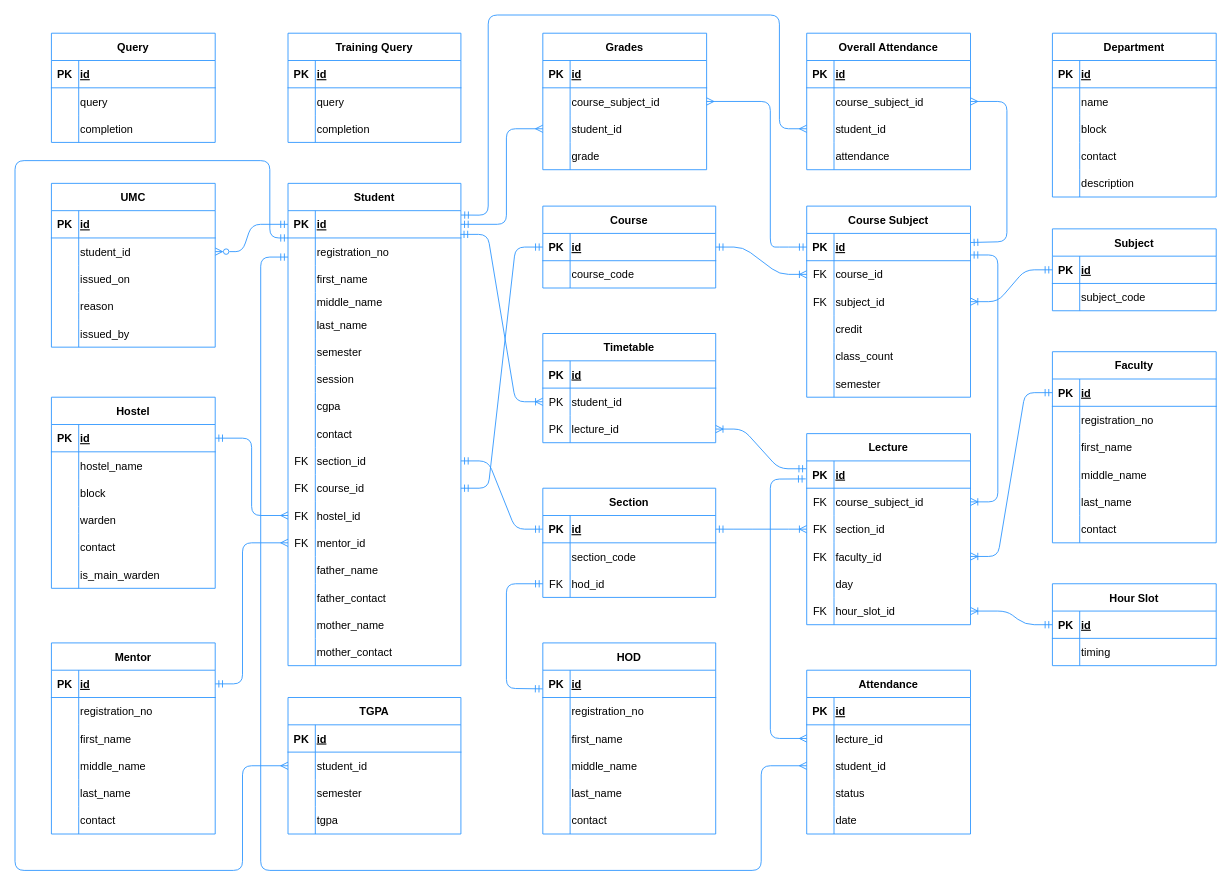
Above: whiteboard/database-design.drawio in suyash-purwar/ayra (draw.io), before the change. Source tidied: cells renumbered, new cells numbered last; positions are measured from the earlier drawing's top-left corner, leaving out a move shared by most shapes. Both pictures are drawn from the tidied source at 91%, with x=0, y=0 at pixel (15, 15).
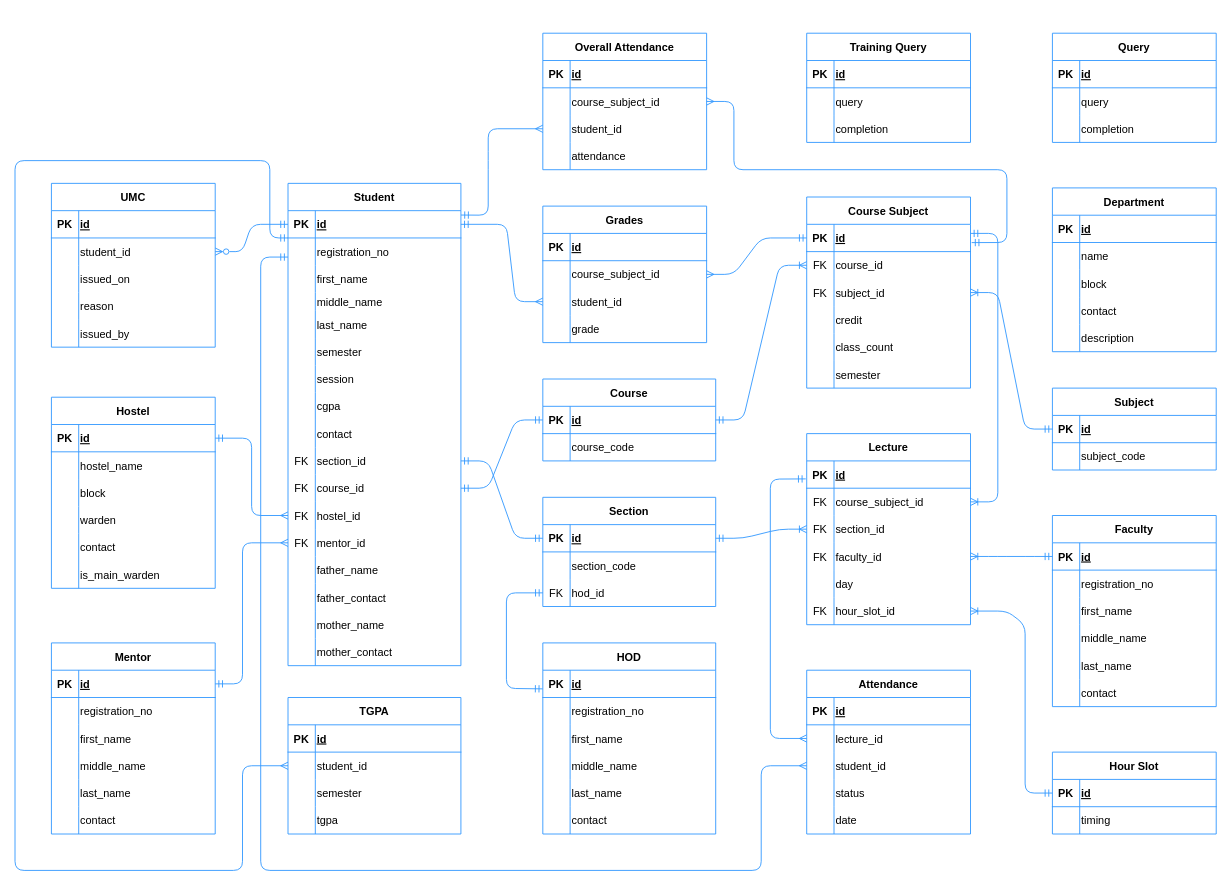
Above is the later version.

The change refers to these unchanged cells:
```xml
<mxCell id="17" style="shape=tableRow;horizontal=0;startSize=0;swimlaneHead=0;swimlaneBody=0;fillColor=none;points=[[0,0.5],[1,0.5]];portConstraint=eastwest;top=0;left=0;right=0;bottom=1;strokeColor=#3399FF;strokeWidth=1;fontSize=12;spacingTop=0;spacingLeft=0;" parent="16" vertex="1">
  <mxGeometry y="30" width="180" height="30" as="geometry" />
</mxCell>
<mxCell id="38" style="shape=tableRow;horizontal=0;startSize=0;swimlaneHead=0;swimlaneBody=0;fillColor=none;points=[[0,0.5],[1,0.5]];portConstraint=eastwest;top=0;left=0;right=0;bottom=1;strokeColor=#3399FF;strokeWidth=1;fontSize=12;spacingTop=0;spacingLeft=0;" parent="37" vertex="1">
  <mxGeometry y="30" width="180" height="30" as="geometry" />
</mxCell>
<mxCell id="41" style="shape=tableRow;horizontal=0;startSize=0;swimlaneHead=0;swimlaneBody=0;fillColor=none;points=[[0,0.5],[1,0.5]];portConstraint=eastwest;top=0;left=0;right=0;bottom=0;strokeColor=#3399FF;strokeWidth=1;fontSize=12;spacingTop=0;spacingLeft=0;" parent="37" vertex="1">
  <mxGeometry y="60" width="180" height="30" as="geometry" />
</mxCell>
<mxCell id="53" style="shape=tableRow;horizontal=0;startSize=0;swimlaneHead=0;swimlaneBody=0;fillColor=none;points=[[0,0.5],[1,0.5]];portConstraint=eastwest;top=0;left=0;right=0;bottom=0;strokeColor=#3399FF;strokeWidth=1;fontSize=12;spacingTop=0;spacingLeft=0;" parent="37" vertex="1">
  <mxGeometry y="180" width="180" height="30" as="geometry" />
</mxCell>
<mxCell id="84" style="shape=tableRow;horizontal=0;startSize=0;swimlaneHead=0;swimlaneBody=0;fillColor=none;points=[[0,0.5],[1,0.5]];portConstraint=eastwest;top=0;left=0;right=0;bottom=0;strokeColor=#3399FF;strokeWidth=1;fontSize=12;spacingTop=0;spacingLeft=0;" parent="77" vertex="1">
  <mxGeometry y="90" width="190" height="30" as="geometry" />
</mxCell>
<mxCell id="99" style="shape=tableRow;horizontal=0;startSize=0;swimlaneHead=0;swimlaneBody=0;fillColor=none;points=[[0,0.5],[1,0.5]];portConstraint=eastwest;top=0;left=0;right=0;bottom=1;strokeColor=#3399FF;strokeWidth=1;fontSize=12;spacingTop=0;spacingLeft=0;" parent="98" vertex="1">
  <mxGeometry y="30" width="180" height="30" as="geometry" />
</mxCell>
<mxCell id="106" style="shape=tableRow;horizontal=0;startSize=0;swimlaneHead=0;swimlaneBody=0;fillColor=none;points=[[0,0.5],[1,0.5]];portConstraint=eastwest;top=0;left=0;right=0;bottom=1;strokeColor=#3399FF;strokeWidth=1;fontSize=12;spacingTop=0;spacingLeft=0;" parent="105" vertex="1">
  <mxGeometry y="30" width="190" height="30" as="geometry" />
</mxCell>
<mxCell id="182" style="shape=tableRow;horizontal=0;startSize=0;swimlaneHead=0;swimlaneBody=0;fillColor=none;points=[[0,0.5],[1,0.5]];portConstraint=eastwest;top=0;left=0;right=0;bottom=1;strokeColor=#3399FF;strokeWidth=1;fontSize=12;spacingTop=0;spacingLeft=0;" parent="181" vertex="1">
  <mxGeometry y="30" width="190" height="30" as="geometry" />
</mxCell>
<mxCell id="290" style="shape=tableRow;horizontal=0;startSize=0;swimlaneHead=0;swimlaneBody=0;fillColor=none;points=[[0,0.5],[1,0.5]];portConstraint=eastwest;top=0;left=0;right=0;bottom=0;strokeColor=#3399FF;strokeWidth=1;fontSize=12;spacingTop=0;spacingLeft=0;" parent="286" vertex="1">
  <mxGeometry y="60" width="180" height="30" as="geometry" />
</mxCell>
<mxCell id="293" style="shape=tableRow;horizontal=0;startSize=0;swimlaneHead=0;swimlaneBody=0;fillColor=none;points=[[0,0.5],[1,0.5]];portConstraint=eastwest;top=0;left=0;right=0;bottom=0;strokeColor=#3399FF;strokeWidth=1;fontSize=12;spacingTop=0;spacingLeft=0;" parent="286" vertex="1">
  <mxGeometry y="90" width="180" height="30" as="geometry" />
</mxCell>
<mxCell id="304" style="shape=tableRow;horizontal=0;startSize=0;swimlaneHead=0;swimlaneBody=0;fillColor=none;points=[[0,0.5],[1,0.5]];portConstraint=eastwest;top=0;left=0;right=0;bottom=0;strokeColor=#3399FF;strokeWidth=1;fontSize=12;spacingTop=0;spacingLeft=0;" parent="300" vertex="1">
  <mxGeometry y="60" width="180" height="30" as="geometry" />
</mxCell>
<mxCell id="307" style="shape=tableRow;horizontal=0;startSize=0;swimlaneHead=0;swimlaneBody=0;fillColor=none;points=[[0,0.5],[1,0.5]];portConstraint=eastwest;top=0;left=0;right=0;bottom=0;strokeColor=#3399FF;strokeWidth=1;fontSize=12;spacingTop=0;spacingLeft=0;" parent="300" vertex="1">
  <mxGeometry y="90" width="180" height="30" as="geometry" />
</mxCell>
```

Diff of the diagram source:
```diff
@@
     <mxCell id="2" value="Subject" style="shape=table;startSize=30;childLayout=tableLayout;rowLines=0;fontStyle=1;align=center;strokeColor=#3399FF;strokeWidth=1;fontSize=12;spacingTop=0;spacingLeft=0;" parent="1" vertex="1">
-      <mxGeometry x="1140" y="235" width="180" height="90" as="geometry" />
+      <mxGeometry x="1140" y="410" width="180" height="90" as="geometry" />
     </mxCell>
@@
     <mxCell id="9" value="Course" style="shape=table;startSize=30;childLayout=tableLayout;rowLines=0;fontStyle=1;align=center;strokeColor=#3399FF;strokeWidth=1;fontSize=12;spacingTop=0;spacingLeft=0;" parent="1" vertex="1">
-      <mxGeometry x="580" y="210" width="190" height="90" as="geometry" />
+      <mxGeometry x="580" y="400" width="190" height="90" as="geometry" />
     </mxCell>
@@
     <mxCell id="16" value="Course Subject" style="shape=table;startSize=30;childLayout=tableLayout;rowLines=0;fontStyle=1;align=center;strokeColor=#3399FF;strokeWidth=1;fontSize=12;spacingTop=0;spacingLeft=0;" parent="1" vertex="1">
-      <mxGeometry x="870" y="210" width="180" height="210" as="geometry" />
+      <mxGeometry x="870" y="200" width="180" height="210" as="geometry" />
     </mxCell>
@@
-    <mxCell id="56" style="edgeStyle=entityRelationEdgeStyle;fontSize=12;html=1;endArrow=ERoneToMany;startArrow=ERmandOne;entryX=1;entryY=0.5;entryDx=0;entryDy=0;strokeColor=#3399FF;strokeWidth=1;spacingTop=0;spacingLeft=0;exitX=1;exitY=0.79;exitDx=0;exitDy=0;exitPerimeter=0;" parent="1" edge="1" source="17" target="41">
+    <mxCell id="56" style="edgeStyle=entityRelationEdgeStyle;fontSize=12;html=1;endArrow=ERoneToMany;startArrow=ERmandOne;entryX=1;entryY=0.5;entryDx=0;entryDy=0;strokeColor=#3399FF;strokeWidth=1;spacingTop=0;spacingLeft=0;exitX=1;exitY=0.333;exitDx=0;exitDy=0;exitPerimeter=0;" parent="1" edge="1" source="17" target="41">
       <mxGeometry relative="1" as="geometry" />
     </mxCell>
     <mxCell id="57" value="Faculty" style="shape=table;startSize=30;childLayout=tableLayout;rowLines=0;fontStyle=1;align=center;strokeColor=#3399FF;strokeWidth=1;fontSize=12;spacingTop=0;spacingLeft=0;" parent="1" vertex="1">
-      <mxGeometry x="1140" y="370" width="180" height="210" as="geometry" />
+      <mxGeometry x="1140" y="550" width="180" height="210" as="geometry" />
     </mxCell>
@@
     <mxCell id="77" value="Section" style="shape=table;startSize=30;childLayout=tableLayout;rowLines=0;fontStyle=1;align=center;strokeColor=#3399FF;strokeWidth=1;fontSize=12;spacingTop=0;spacingLeft=0;" parent="1" vertex="1">
-      <mxGeometry x="580" y="520" width="190" height="120" as="geometry" />
+      <mxGeometry x="580" y="530" width="190" height="120" as="geometry" />
     </mxCell>
@@
-    <mxCell id="88" value="Timetable" style="shape=table;startSize=30;childLayout=tableLayout;rowLines=0;fontStyle=1;align=center;strokeColor=#3399FF;strokeWidth=1;fontSize=12;spacingTop=0;spacingLeft=0;" parent="1" vertex="1">
-      <mxGeometry x="580" y="350" width="190" height="120" as="geometry" />
-    </mxCell>
-    <mxCell id="89" style="shape=tableRow;horizontal=0;startSize=0;swimlaneHead=0;swimlaneBody=0;fillColor=none;top=0;left=0;right=0;bottom=1;strokeColor=#3399FF;strokeWidth=1;fontSize=12;spacingTop=0;spacingLeft=0;" parent="88" vertex="1">
-      <mxGeometry y="30" width="190" height="30" as="geometry" />
-    </mxCell>
-    <mxCell id="90" value="PK" style="shape=partialRectangle;fillColor=none;top=0;left=0;bottom=0;right=0;fontStyle=1;overflow=hidden;strokeColor=#3399FF;strokeWidth=1;fontSize=12;spacingTop=0;spacingLeft=0;" parent="89" vertex="1">
-      <mxGeometry width="30" height="30" as="geometry" />
-    </mxCell>
-    <mxCell id="91" value="id" style="shape=partialRectangle;fillColor=none;top=0;left=0;bottom=0;right=0;align=left;spacingLeft=0;fontStyle=5;overflow=hidden;strokeColor=#3399FF;strokeWidth=1;fontSize=12;spacingTop=0;" parent="89" vertex="1">
-      <mxGeometry x="30" width="160" height="30" as="geometry" />
-    </mxCell>
-    <mxCell id="92" style="shape=tableRow;horizontal=0;startSize=0;swimlaneHead=0;swimlaneBody=0;fillColor=none;points=[[0,0.5],[1,0.5]];portConstraint=eastwest;top=0;left=0;right=0;bottom=0;strokeColor=#3399FF;strokeWidth=1;fontSize=12;spacingTop=0;spacingLeft=0;" parent="88" vertex="1">
-      <mxGeometry y="60" width="190" height="30" as="geometry" />
-    </mxCell>
-    <mxCell id="93" value="PK" style="shape=partialRectangle;fillColor=none;top=0;left=0;bottom=0;right=0;overflow=hidden;strokeColor=#3399FF;strokeWidth=1;fontSize=12;spacingTop=0;spacingLeft=0;" parent="92" vertex="1">
-      <mxGeometry width="30" height="30" as="geometry" />
-    </mxCell>
-    <mxCell id="94" value="student_id" style="shape=partialRectangle;fillColor=none;top=0;left=0;bottom=0;right=0;align=left;spacingLeft=0;overflow=hidden;strokeColor=#3399FF;strokeWidth=1;fontSize=12;spacingTop=0;" parent="92" vertex="1">
-      <mxGeometry x="30" width="160" height="30" as="geometry" />
-    </mxCell>
-    <mxCell id="95" style="shape=tableRow;horizontal=0;startSize=0;swimlaneHead=0;swimlaneBody=0;fillColor=none;points=[[0,0.5],[1,0.5]];portConstraint=eastwest;top=0;left=0;right=0;bottom=0;strokeColor=#3399FF;strokeWidth=1;fontSize=12;spacingTop=0;spacingLeft=0;" parent="88" vertex="1">
-      <mxGeometry y="90" width="190" height="30" as="geometry" />
-    </mxCell>
-    <mxCell id="96" value="PK" style="shape=partialRectangle;fillColor=none;top=0;left=0;bottom=0;right=0;overflow=hidden;strokeColor=#3399FF;strokeWidth=1;fontSize=12;spacingTop=0;spacingLeft=0;" parent="95" vertex="1">
-      <mxGeometry width="30" height="30" as="geometry" />
-    </mxCell>
-    <mxCell id="97" value="lecture_id" style="shape=partialRectangle;fillColor=none;top=0;left=0;bottom=0;right=0;align=left;spacingLeft=0;overflow=hidden;strokeColor=#3399FF;strokeWidth=1;fontSize=12;spacingTop=0;" parent="95" vertex="1">
-      <mxGeometry x="30" width="160" height="30" as="geometry" />
-    </mxCell>
     <mxCell id="98" value="Hour Slot" style="shape=table;startSize=30;childLayout=tableLayout;rowLines=0;fontStyle=1;align=center;strokeColor=#3399FF;strokeWidth=1;fontSize=12;spacingTop=0;spacingLeft=0;" parent="1" vertex="1">
-      <mxGeometry x="1140" y="625" width="180" height="90" as="geometry" />
+      <mxGeometry x="1140" y="810" width="180" height="90" as="geometry" />
     </mxCell>
@@
-    <mxCell id="159" style="edgeStyle=entityRelationEdgeStyle;fontSize=12;html=1;endArrow=ERoneToMany;startArrow=ERmandOne;entryX=0;entryY=0.5;entryDx=0;entryDy=0;strokeColor=#3399FF;strokeWidth=1;spacingTop=0;spacingLeft=0;exitX=0.997;exitY=0.869;exitDx=0;exitDy=0;exitPerimeter=0;" parent="1" edge="1" source="106" target="92">
-      <mxGeometry relative="1" as="geometry" />
-    </mxCell>
-    <mxCell id="160" style="edgeStyle=entityRelationEdgeStyle;fontSize=12;html=1;endArrow=ERoneToMany;startArrow=ERmandOne;entryX=1;entryY=0.5;entryDx=0;entryDy=0;exitX=-0.003;exitY=0.287;exitDx=0;exitDy=0;jumpStyle=none;rounded=1;strokeColor=#3399FF;strokeWidth=1;spacingTop=0;spacingLeft=0;exitPerimeter=0;" parent="1" edge="1" source="38" target="95">
-      <mxGeometry relative="1" as="geometry" />
-    </mxCell>
@@
     <mxCell id="180" style="edgeStyle=none;rounded=1;jumpStyle=none;html=1;exitX=-0.001;exitY=0.683;exitDx=0;exitDy=0;entryX=0;entryY=0.5;entryDx=0;entryDy=0;strokeColor=#3399FF;strokeWidth=1;fontSize=12;endArrow=ERmandOne;endFill=0;startArrow=ERmandOne;startFill=0;exitPerimeter=0;" parent="1" edge="1" source="182" target="84">
       <mxGeometry relative="1" as="geometry">
         <Array as="points">
           <mxPoint x="540" y="740" />
-          <mxPoint x="540" y="625" />
+          <mxPoint x="540" y="635" />
         </Array>
       </mxGeometry>
     </mxCell>
@@
     <mxCell id="240" style="edgeStyle=none;html=1;exitX=0;exitY=0.5;exitDx=0;exitDy=0;strokeColor=#3399FF;startArrow=ERmandOne;startFill=0;endArrow=ERoneToMany;endFill=0;entryX=1;entryY=0.5;entryDx=0;entryDy=0;" parent="1" edge="1" source="99" target="53">
       <mxGeometry relative="1" as="geometry">
         <Array as="points">
+          <mxPoint x="1110" y="855" />
           <mxPoint x="1110" y="670" />
           <mxPoint x="1090" y="655" />
         </Array>
       </mxGeometry>
     </mxCell>
     <mxCell id="241" value="Department" style="shape=table;startSize=30;childLayout=tableLayout;rowLines=0;fontStyle=1;align=center;strokeColor=#3399FF;strokeWidth=1;fontSize=12;spacingTop=0;spacingLeft=0;" parent="1" vertex="1">
-      <mxGeometry x="1140" y="20" width="180" height="180" as="geometry" />
+      <mxGeometry x="1140" y="190" width="180" height="180" as="geometry" />
     </mxCell>
@@
     <mxCell id="257" value="Query" style="shape=table;startSize=30;childLayout=tableLayout;rowLines=0;fontStyle=1;align=center;strokeColor=#3399FF;strokeWidth=1;fontSize=12;spacingTop=0;spacingLeft=0;" parent="1" vertex="1">
-      <mxGeometry x="40" y="20" width="180" height="120" as="geometry" />
+      <mxGeometry x="1140" y="20" width="180" height="120" as="geometry" />
     </mxCell>
@@
     <mxCell id="286" value="Overall Attendance" style="shape=table;startSize=30;childLayout=tableLayout;rowLines=0;fontStyle=1;align=center;strokeColor=#3399FF;strokeWidth=1;fontSize=12;spacingTop=0;spacingLeft=0;" parent="1" vertex="1">
-      <mxGeometry x="870" y="20" width="180" height="150" as="geometry" />
+      <mxGeometry x="580" y="20" width="180" height="150" as="geometry" />
     </mxCell>
@@
     <mxCell id="300" value="Grades" style="shape=table;startSize=30;childLayout=tableLayout;rowLines=0;fontStyle=1;align=center;strokeColor=#3399FF;strokeWidth=1;fontSize=12;spacingTop=0;spacingLeft=0;" parent="1" vertex="1">
-      <mxGeometry x="580" y="20" width="180" height="150" as="geometry" />
+      <mxGeometry x="580" y="210" width="180" height="150" as="geometry" />
     </mxCell>
@@
     <mxCell id="329" style="edgeStyle=none;jettySize=auto;html=1;strokeColor=#3399FF;startArrow=ERmandOne;startFill=0;endArrow=ERmany;endFill=0;entryX=1;entryY=0.5;entryDx=0;entryDy=0;exitX=0;exitY=0.5;exitDx=0;exitDy=0;" parent="1" edge="1" source="17" target="304">
       <mxGeometry relative="1" as="geometry">
         <Array as="points">
-          <mxPoint x="850" y="255" />
-          <mxPoint x="830" y="255" />
-          <mxPoint x="830" y="95" />
+          <mxPoint x="820" y="245" />
+          <mxPoint x="790" y="285" />
         </Array>
       </mxGeometry>
     </mxCell>
     <mxCell id="330" style="edgeStyle=none;jettySize=auto;html=1;strokeColor=#3399FF;startArrow=ERmandOne;startFill=0;endArrow=ERmany;endFill=0;entryX=0;entryY=0.5;entryDx=0;entryDy=0;exitX=1;exitY=0.5;exitDx=0;exitDy=0;" parent="1" edge="1" source="106" target="307">
       <mxGeometry relative="1" as="geometry">
         <Array as="points">
           <mxPoint x="540" y="230" />
-          <mxPoint x="540" y="125" />
+          <mxPoint x="550" y="315" />
         </Array>
       </mxGeometry>
     </mxCell>
-    <mxCell id="331" style="edgeStyle=none;jettySize=auto;html=1;strokeColor=#3399FF;startArrow=ERmandOne;startFill=0;endArrow=ERmany;endFill=0;entryX=1;entryY=0.5;entryDx=0;entryDy=0;" parent="1" edge="1" target="290">
+    <mxCell id="331" style="edgeStyle=none;jettySize=auto;html=1;strokeColor=#3399FF;startArrow=ERmandOne;startFill=0;endArrow=ERmany;endFill=0;entryX=1;entryY=0.5;entryDx=0;entryDy=0;exitX=1.007;exitY=0.67;exitDx=0;exitDy=0;exitPerimeter=0;" parent="1" edge="1" source="17" target="290">
       <mxGeometry relative="1" as="geometry">
-        <mxPoint x="1050" y="250" as="sourcePoint" />
         <Array as="points">
-          <mxPoint x="1090" y="249" />
-          <mxPoint x="1090" y="95" />
+          <mxPoint x="1090" y="250" />
+          <mxPoint x="1090" y="170" />
+          <mxPoint x="790" y="170" />
+          <mxPoint x="790" y="95" />
         </Array>
       </mxGeometry>
     </mxCell>
     <mxCell id="332" style="edgeStyle=none;jettySize=auto;html=1;strokeColor=#3399FF;startArrow=ERmandOne;startFill=0;endArrow=ERmany;endFill=0;entryX=0;entryY=0.5;entryDx=0;entryDy=0;exitX=1.001;exitY=0.16;exitDx=0;exitDy=0;exitPerimeter=0;" parent="1" edge="1" source="106" target="293">
       <mxGeometry relative="1" as="geometry">
         <Array as="points">
           <mxPoint x="520" y="220" />
-          <mxPoint x="520" />
-          <mxPoint x="840" />
-          <mxPoint x="840" y="125" />
+          <mxPoint x="520" y="160" />
+          <mxPoint x="520" y="125" />
         </Array>
       </mxGeometry>
     </mxCell>
     <mxCell id="333" value="Training Query" style="shape=table;startSize=30;childLayout=tableLayout;rowLines=0;fontStyle=1;align=center;strokeColor=#3399FF;strokeWidth=1;fontSize=12;spacingTop=0;spacingLeft=0;" parent="1" vertex="1">
-      <mxGeometry x="300" y="20" width="190" height="120" as="geometry" />
+      <mxGeometry x="870" y="20" width="180" height="120" as="geometry" />
     </mxCell>
     <mxCell id="334" style="shape=tableRow;horizontal=0;startSize=0;swimlaneHead=0;swimlaneBody=0;fillColor=none;top=0;left=0;right=0;bottom=1;strokeColor=#3399FF;strokeWidth=1;fontSize=12;spacingTop=0;spacingLeft=0;" parent="333" vertex="1">
-      <mxGeometry y="30" width="190" height="30" as="geometry" />
+      <mxGeometry y="30" width="180" height="30" as="geometry" />
     </mxCell>
@@
     <mxCell id="336" value="id" style="shape=partialRectangle;fillColor=none;top=0;left=0;bottom=0;right=0;align=left;spacingLeft=0;fontStyle=5;overflow=hidden;strokeColor=#3399FF;strokeWidth=1;fontSize=12;spacingTop=0;" parent="334" vertex="1">
-      <mxGeometry x="30" width="160" height="30" as="geometry" />
+      <mxGeometry x="30" width="150" height="30" as="geometry" />
     </mxCell>
     <mxCell id="337" style="shape=tableRow;horizontal=0;startSize=0;swimlaneHead=0;swimlaneBody=0;fillColor=none;top=0;left=0;right=0;bottom=0;strokeColor=#3399FF;strokeWidth=1;fontSize=12;spacingTop=0;spacingLeft=0;" parent="333" vertex="1">
-      <mxGeometry y="60" width="190" height="30" as="geometry" />
+      <mxGeometry y="60" width="180" height="30" as="geometry" />
     </mxCell>
@@
     <mxCell id="339" value="query" style="shape=partialRectangle;fillColor=none;top=0;left=0;bottom=0;right=0;align=left;spacingLeft=0;overflow=hidden;strokeColor=#3399FF;strokeWidth=1;fontSize=12;spacingTop=0;" parent="337" vertex="1">
-      <mxGeometry x="30" width="160" height="30" as="geometry" />
+      <mxGeometry x="30" width="150" height="30" as="geometry" />
     </mxCell>
     <mxCell id="340" style="shape=tableRow;horizontal=0;startSize=0;swimlaneHead=0;swimlaneBody=0;fillColor=none;top=0;left=0;right=0;bottom=0;strokeColor=#3399FF;strokeWidth=1;fontSize=12;spacingTop=0;spacingLeft=0;" parent="333" vertex="1">
-      <mxGeometry y="90" width="190" height="30" as="geometry" />
+      <mxGeometry y="90" width="180" height="30" as="geometry" />
     </mxCell>
@@
     <mxCell id="342" value="completion" style="shape=partialRectangle;fillColor=none;top=0;left=0;bottom=0;right=0;align=left;spacingLeft=0;overflow=hidden;strokeColor=#3399FF;strokeWidth=1;fontSize=12;spacingTop=0;" parent="340" vertex="1">
-      <mxGeometry x="30" width="160" height="30" as="geometry" />
+      <mxGeometry x="30" width="150" height="30" as="geometry" />
     </mxCell>
```
